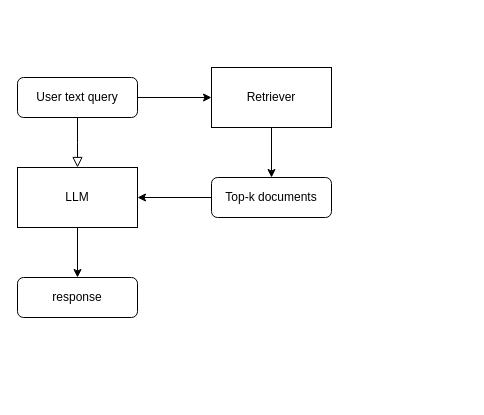
This is rag.drawio from loliTerrorist/shoppingHelper, a draw.io file, before an edit. Source tidied: cells renumbered, new cells numbered last; positions are measured from the earlier drawing's top-left corner, leaving out a move shared by most shapes. Both pictures are drawn from the tidied source at 100%, with x=0, y=0 at pixel (17, 67).
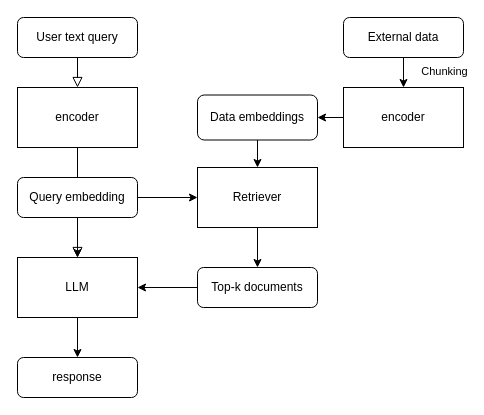
The same diagram, later.

Diff of the diagram source:
```diff
@@
-    <mxCell id="2" style="rounded=0;html=1;jettySize=auto;fontSize=11;endArrow=block;endFill=0;endSize=8;strokeWidth=1;shadow=0;labelBackgroundColor=none;edgeStyle=orthogonalEdgeStyle;" parent="1" edge="1" source="3">
-      <mxGeometry relative="1" as="geometry">
-        <mxPoint x="60" y="100" as="targetPoint" />
-      </mxGeometry>
+    <mxCell id="2" style="rounded=0;html=1;jettySize=auto;fontSize=11;endArrow=block;endFill=0;endSize=8;strokeWidth=1;shadow=0;labelBackgroundColor=none;edgeStyle=orthogonalEdgeStyle;entryX=0.5;entryY=0;entryDx=0;entryDy=0;" parent="1" edge="1" source="14" target="8">
+      <mxGeometry relative="1" as="geometry" />
     </mxCell>
     <mxCell id="3" value="User text query" style="rounded=1;whiteSpace=wrap;html=1;fontSize=12;glass=0;strokeWidth=1;shadow=0;" parent="1" vertex="1">
-      <mxGeometry y="10" width="120" height="40" as="geometry" />
+      <mxGeometry y="-50" width="120" height="40" as="geometry" />
     </mxCell>
-    <mxCell id="4" style="edgeStyle=orthogonalEdgeStyle;rounded=0;jettySize=auto;html=1;" parent="1" edge="1" source="5" target="8">
+    <mxCell id="4" style="edgeStyle=orthogonalEdgeStyle;rounded=0;jettySize=auto;html=1;" parent="1" edge="1" source="16" target="8">
       <mxGeometry relative="1" as="geometry" />
     </mxCell>
+    <mxCell id="12" style="edgeStyle=orthogonalEdgeStyle;rounded=0;jettySize=auto;html=1;entryX=1;entryY=0.5;entryDx=0;entryDy=0;" parent="1" edge="1" source="5" target="8">
+      <mxGeometry relative="1" as="geometry" />
+    </mxCell>
     <mxCell id="5" value="Top-k documents" style="rounded=1;whiteSpace=wrap;html=1;fontSize=12;glass=0;strokeWidth=1;shadow=0;" parent="1" vertex="1">
-      <mxGeometry x="194" y="110" width="120" height="40" as="geometry" />
+      <mxGeometry x="180" y="200" width="120" height="40" as="geometry" />
     </mxCell>
     <mxCell id="6" value="response" style="rounded=1;whiteSpace=wrap;html=1;fontSize=12;glass=0;strokeWidth=1;shadow=0;" parent="1" vertex="1">
-      <mxGeometry y="210" width="120" height="40" as="geometry" />
+      <mxGeometry y="290" width="120" height="40" as="geometry" />
     </mxCell>
@@
     <mxCell id="8" value="LLM" style="rounded=0;whiteSpace=wrap;html=1;" parent="1" vertex="1">
-      <mxGeometry y="100" width="120" height="60" as="geometry" />
+      <mxGeometry y="190" width="120" height="60" as="geometry" />
     </mxCell>
@@
     <mxCell id="10" value="Retriever" style="rounded=0;whiteSpace=wrap;html=1;" parent="1" vertex="1">
-      <mxGeometry x="194" width="120" height="60" as="geometry" />
+      <mxGeometry x="180" y="100" width="120" height="60" as="geometry" />
     </mxCell>
-    <mxCell id="11" style="endArrow=classic;html=1;rounded=0;exitX=1;exitY=0.5;exitDx=0;exitDy=0;entryX=0;entryY=0.5;entryDx=0;entryDy=0;" parent="1" edge="1" source="3" target="10">
-      <mxGeometry relative="1" as="geometry" />
-    </mxCell>
+    <mxCell id="13" style="rounded=0;html=1;jettySize=auto;fontSize=11;endArrow=block;endFill=0;endSize=8;strokeWidth=1;shadow=0;labelBackgroundColor=none;edgeStyle=orthogonalEdgeStyle;entryX=0.5;entryY=0;entryDx=0;entryDy=0;" parent="1" edge="1" source="3" target="14">
+      <mxGeometry relative="1" as="geometry" />
+    </mxCell>
+    <mxCell id="14" value="encoder" style="rounded=0;whiteSpace=wrap;html=1;" parent="1" vertex="1">
+      <mxGeometry y="20" width="120" height="60" as="geometry" />
+    </mxCell>
+    <mxCell id="15" style="edgeStyle=orthogonalEdgeStyle;rounded=0;jettySize=auto;html=1;entryX=0;entryY=0.5;entryDx=0;entryDy=0;" parent="1" edge="1" source="16" target="10">
+      <mxGeometry relative="1" as="geometry" />
+    </mxCell>
+    <mxCell id="16" value="Query embedding" style="rounded=1;whiteSpace=wrap;html=1;" parent="1" vertex="1">
+      <mxGeometry y="110" width="120" height="40" as="geometry" />
+    </mxCell>
+    <mxCell id="17" value="External data" style="rounded=1;whiteSpace=wrap;html=1;" parent="1" vertex="1">
+      <mxGeometry x="326" y="-50" width="120" height="40" as="geometry" />
+    </mxCell>
+    <mxCell id="18" style="edgeStyle=orthogonalEdgeStyle;rounded=0;jettySize=auto;html=1;exitX=0.5;exitY=1;exitDx=0;exitDy=0;entryX=0.5;entryY=0;entryDx=0;entryDy=0;" parent="1" edge="1" source="17" target="21">
+      <mxGeometry relative="1" as="geometry" />
+    </mxCell>
+    <mxCell id="19" value="Chunking&lt;div&gt;&lt;br&gt;&lt;/div&gt;" style="edgeLabel;html=1;align=center;verticalAlign=middle;" parent="18" vertex="1">
+      <mxGeometry x="-0.22" y="-2" relative="1" as="geometry">
+        <mxPoint x="42" y="8" as="offset" />
+      </mxGeometry>
+    </mxCell>
+    <mxCell id="20" style="edgeStyle=orthogonalEdgeStyle;rounded=0;jettySize=auto;html=1;entryX=1;entryY=0.5;entryDx=0;entryDy=0;" parent="1" edge="1" source="21" target="23">
+      <mxGeometry relative="1" as="geometry" />
+    </mxCell>
+    <mxCell id="21" value="encoder" style="rounded=0;whiteSpace=wrap;html=1;" parent="1" vertex="1">
+      <mxGeometry x="326" y="20" width="120" height="60" as="geometry" />
+    </mxCell>
+    <mxCell id="22" style="edgeStyle=orthogonalEdgeStyle;rounded=0;jettySize=auto;html=1;exitX=0.5;exitY=1;exitDx=0;exitDy=0;entryX=0.5;entryY=0;entryDx=0;entryDy=0;" parent="1" edge="1" source="23" target="10">
+      <mxGeometry relative="1" as="geometry" />
+    </mxCell>
+    <mxCell id="23" value="Data embeddings" style="rounded=1;whiteSpace=wrap;html=1;" parent="1" vertex="1">
+      <mxGeometry x="180" y="27.5" width="120" height="45" as="geometry" />
+    </mxCell>
```
